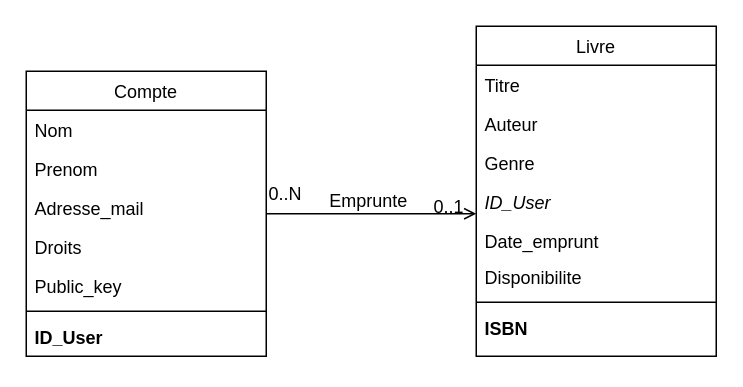
This is medias/DataBase_Diagram.drawio from arkonny/projet-c-esiea, a draw.io file, before an edit. Source tidied: cells renumbered, new cells numbered last; positions are measured from the earlier drawing's top-left corner, leaving out a move shared by most shapes. Both pictures are drawn from the tidied source at 150%, with x=0, y=0 at pixel (26, 26).
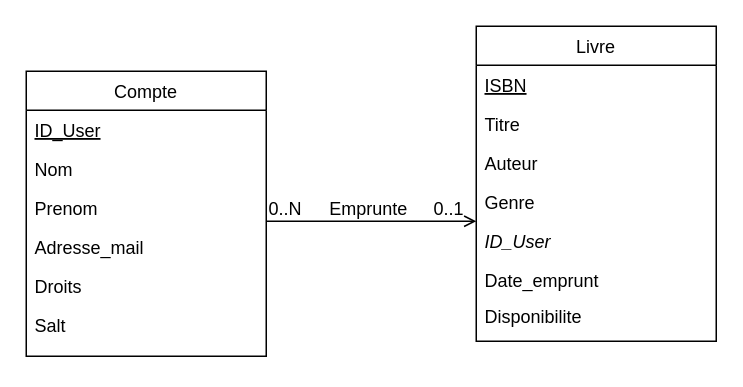
The same page after the edit.

Unchanged cells that the change refers to:
```xml
<mxCell id="2" value="Compte" style="swimlane;fontStyle=0;align=center;verticalAlign=top;horizontal=1;startSize=26;rounded=0;shadow=0;strokeWidth=1;" parent="1" vertex="1">
  <mxGeometry y="30" width="160" height="190" as="geometry" />
</mxCell>
```

Change to the diagram source:
```diff
@@
+    <mxCell id="9" value="ID_User" style="text;align=left;verticalAlign=top;spacingLeft=4;spacingRight=4;overflow=hidden;fontStyle=4;" parent="2" vertex="1">
+      <mxGeometry y="26" width="160" height="26" as="geometry" />
+    </mxCell>
     <mxCell id="3" value="Nom" style="text;align=left;verticalAlign=top;spacingLeft=4;spacingRight=4;overflow=hidden;" parent="2" vertex="1">
-      <mxGeometry y="26" width="160" height="26" as="geometry" />
+      <mxGeometry y="52" width="160" height="26" as="geometry" />
     </mxCell>
     <mxCell id="4" value="Prenom" style="text;align=left;verticalAlign=top;spacingLeft=4;spacingRight=4;overflow=hidden;rounded=0;shadow=0;html=0;" parent="2" vertex="1">
-      <mxGeometry y="52" width="160" height="26" as="geometry" />
+      <mxGeometry y="78" width="160" height="26" as="geometry" />
     </mxCell>
     <mxCell id="5" value="Adresse_mail" style="text;align=left;verticalAlign=top;spacingLeft=4;spacingRight=4;overflow=hidden;rounded=0;shadow=0;html=0;" parent="2" vertex="1">
-      <mxGeometry y="78" width="160" height="26" as="geometry" />
+      <mxGeometry y="104" width="160" height="26" as="geometry" />
     </mxCell>
     <mxCell id="6" value="Droits" style="text;align=left;verticalAlign=top;spacingLeft=4;spacingRight=4;overflow=hidden;rounded=0;shadow=0;html=0;" parent="2" vertex="1">
-      <mxGeometry y="104" width="160" height="26" as="geometry" />
+      <mxGeometry y="130" width="160" height="26" as="geometry" />
     </mxCell>
-    <mxCell id="7" value="Public_key" style="text;align=left;verticalAlign=top;spacingLeft=4;spacingRight=4;overflow=hidden;rounded=0;shadow=0;html=0;" parent="2" vertex="1">
-      <mxGeometry y="130" width="160" height="26" as="geometry" />
+    <mxCell id="7" value="Salt" style="text;align=left;verticalAlign=top;spacingLeft=4;spacingRight=4;overflow=hidden;rounded=0;shadow=0;html=0;" parent="2" vertex="1">
+      <mxGeometry y="156" width="160" height="26" as="geometry" />
     </mxCell>
-    <mxCell id="8" style="line;html=1;strokeWidth=1;align=left;verticalAlign=middle;spacingTop=-1;spacingLeft=3;spacingRight=3;labelPosition=right;" parent="2" vertex="1">
-      <mxGeometry y="156" width="160" height="8" as="geometry" />
-    </mxCell>
-    <mxCell id="9" value="ID_User" style="text;align=left;verticalAlign=top;spacingLeft=4;spacingRight=4;overflow=hidden;fontStyle=1;" parent="2" vertex="1">
-      <mxGeometry y="164" width="160" height="26" as="geometry" />
-    </mxCell>
     <mxCell id="10" value="Livre" style="swimlane;fontStyle=0;align=center;verticalAlign=top;horizontal=1;startSize=26;rounded=0;shadow=0;strokeWidth=1;" parent="1" vertex="1">
-      <mxGeometry x="300" width="160" height="220" as="geometry" />
+      <mxGeometry x="300" width="160" height="210" as="geometry" />
     </mxCell>
+    <mxCell id="22" value="ISBN" style="text;align=left;verticalAlign=top;spacingLeft=4;spacingRight=4;overflow=hidden;rounded=0;shadow=0;html=0;fontStyle=4;" parent="10" vertex="1">
+      <mxGeometry y="26" width="160" height="26" as="geometry" />
+    </mxCell>
     <mxCell id="11" value="Titre" style="text;align=left;verticalAlign=top;spacingLeft=4;spacingRight=4;overflow=hidden;" parent="10" vertex="1">
-      <mxGeometry y="26" width="160" height="26" as="geometry" />
+      <mxGeometry y="52" width="160" height="26" as="geometry" />
     </mxCell>
     <mxCell id="12" value="Auteur" style="text;align=left;verticalAlign=top;spacingLeft=4;spacingRight=4;overflow=hidden;rounded=0;shadow=0;html=0;" parent="10" vertex="1">
-      <mxGeometry y="52" width="160" height="26" as="geometry" />
+      <mxGeometry y="78" width="160" height="26" as="geometry" />
     </mxCell>
     <mxCell id="13" value="Genre" style="text;align=left;verticalAlign=top;spacingLeft=4;spacingRight=4;overflow=hidden;rounded=0;shadow=0;html=0;" parent="10" vertex="1">
-      <mxGeometry y="78" width="160" height="26" as="geometry" />
+      <mxGeometry y="104" width="160" height="26" as="geometry" />
     </mxCell>
     <mxCell id="14" value="ID_User" style="text;align=left;verticalAlign=top;spacingLeft=4;spacingRight=4;overflow=hidden;rounded=0;shadow=0;html=0;fontStyle=2;" parent="10" vertex="1">
-      <mxGeometry y="104" width="160" height="26" as="geometry" />
+      <mxGeometry y="130" width="160" height="26" as="geometry" />
     </mxCell>
     <mxCell id="15" value="Date_emprunt" style="text;align=left;verticalAlign=top;spacingLeft=4;spacingRight=4;overflow=hidden;rounded=0;shadow=0;html=0;" parent="10" vertex="1">
-      <mxGeometry y="130" width="160" height="24" as="geometry" />
+      <mxGeometry y="156" width="160" height="24" as="geometry" />
     </mxCell>
     <mxCell id="16" value="Disponibilite" style="text;align=left;verticalAlign=top;spacingLeft=4;spacingRight=4;overflow=hidden;rounded=0;shadow=0;html=0;" parent="10" vertex="1">
-      <mxGeometry y="154" width="160" height="24" as="geometry" />
+      <mxGeometry y="180" width="160" height="24" as="geometry" />
     </mxCell>
-    <mxCell id="17" style="endArrow=open;shadow=0;strokeWidth=1;rounded=0;endFill=1;edgeStyle=elbowEdgeStyle;elbow=vertical;" parent="1" edge="1" source="2" target="10">
+    <mxCell id="17" style="endArrow=open;shadow=0;strokeWidth=1;rounded=0;endFill=1;edgeStyle=elbowEdgeStyle;elbow=vertical;" parent="1" edge="1">
       <mxGeometry x="0.5" y="41" relative="1" as="geometry">
+        <mxPoint x="160" y="130" as="sourcePoint" />
+        <mxPoint x="300" y="130" as="targetPoint" />
         <mxPoint x="-40" y="32" as="offset" />
       </mxGeometry>
     </mxCell>
     <mxCell id="18" value="0..N" style="align=left;verticalAlign=bottom;labelBackgroundColor=none;fontSize=12;" parent="17" vertex="1">
-      <mxGeometry x="-1" relative="1" as="geometry">
-        <mxPoint y="-5" as="offset" />
-      </mxGeometry>
+      <mxGeometry x="-1" relative="1" as="geometry" />
     </mxCell>
     <mxCell id="19" value="0..1" style="align=right;verticalAlign=bottom;labelBackgroundColor=none;fontSize=12;" parent="17" vertex="1">
       <mxGeometry x="1" relative="1" as="geometry">
-        <mxPoint x="-7" y="4" as="offset" />
+        <mxPoint x="-7" as="offset" />
       </mxGeometry>
     </mxCell>
@@
-    <mxCell id="21" style="line;html=1;strokeWidth=1;align=left;verticalAlign=middle;spacingTop=-1;spacingLeft=3;spacingRight=3;labelPosition=right;" parent="1" vertex="1">
-      <mxGeometry x="300" y="180" width="160" height="8" as="geometry" />
-    </mxCell>
-    <mxCell id="22" value="ISBN" style="text;align=left;verticalAlign=top;spacingLeft=4;spacingRight=4;overflow=hidden;rounded=0;shadow=0;html=0;fontStyle=1;" parent="1" vertex="1">
-      <mxGeometry x="300" y="188" width="160" height="26" as="geometry" />
-    </mxCell>
```
